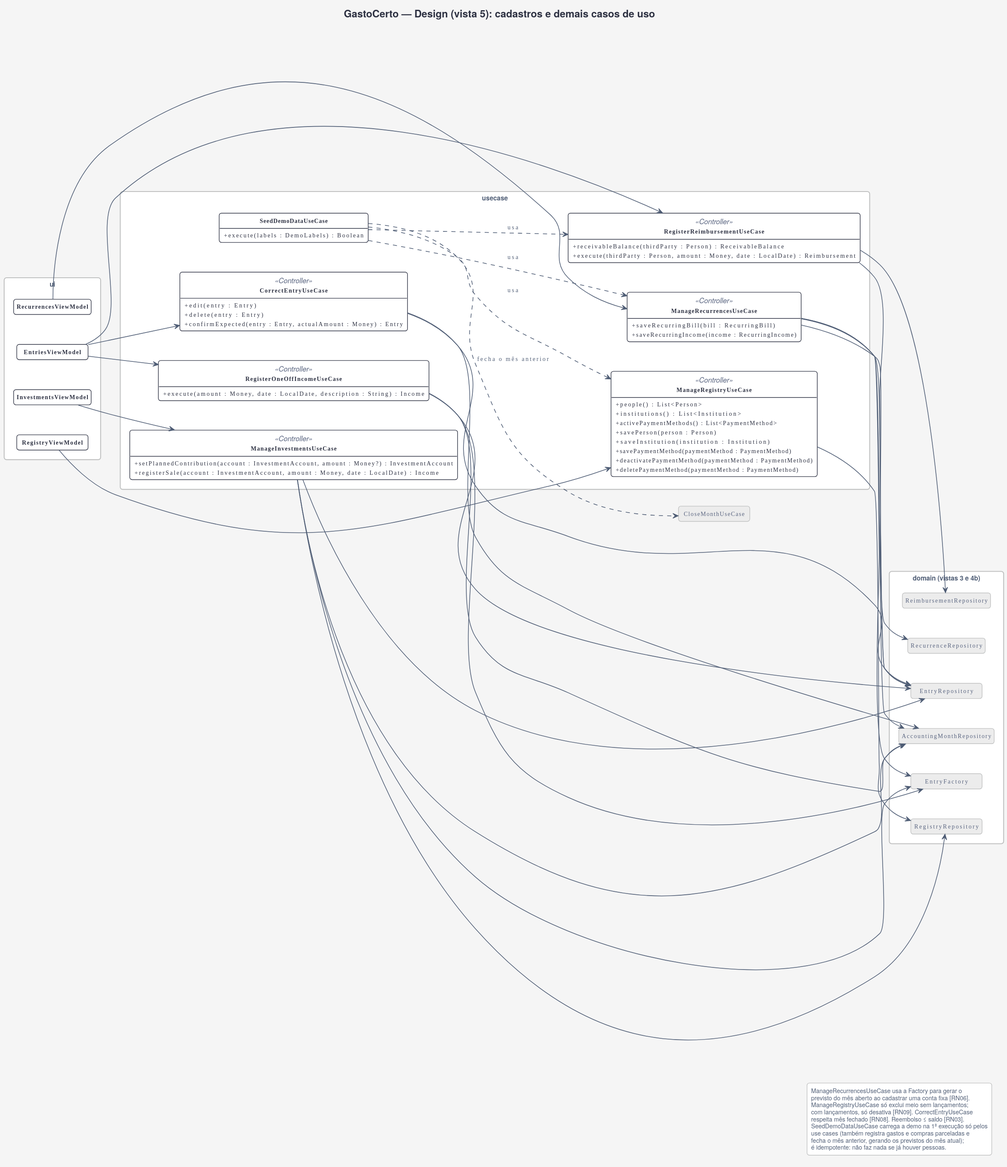
The PlantUML diagram docs/uml/design-5-cadastros.svg in gabrielfbarbosa/gasto-certo, before a commit.
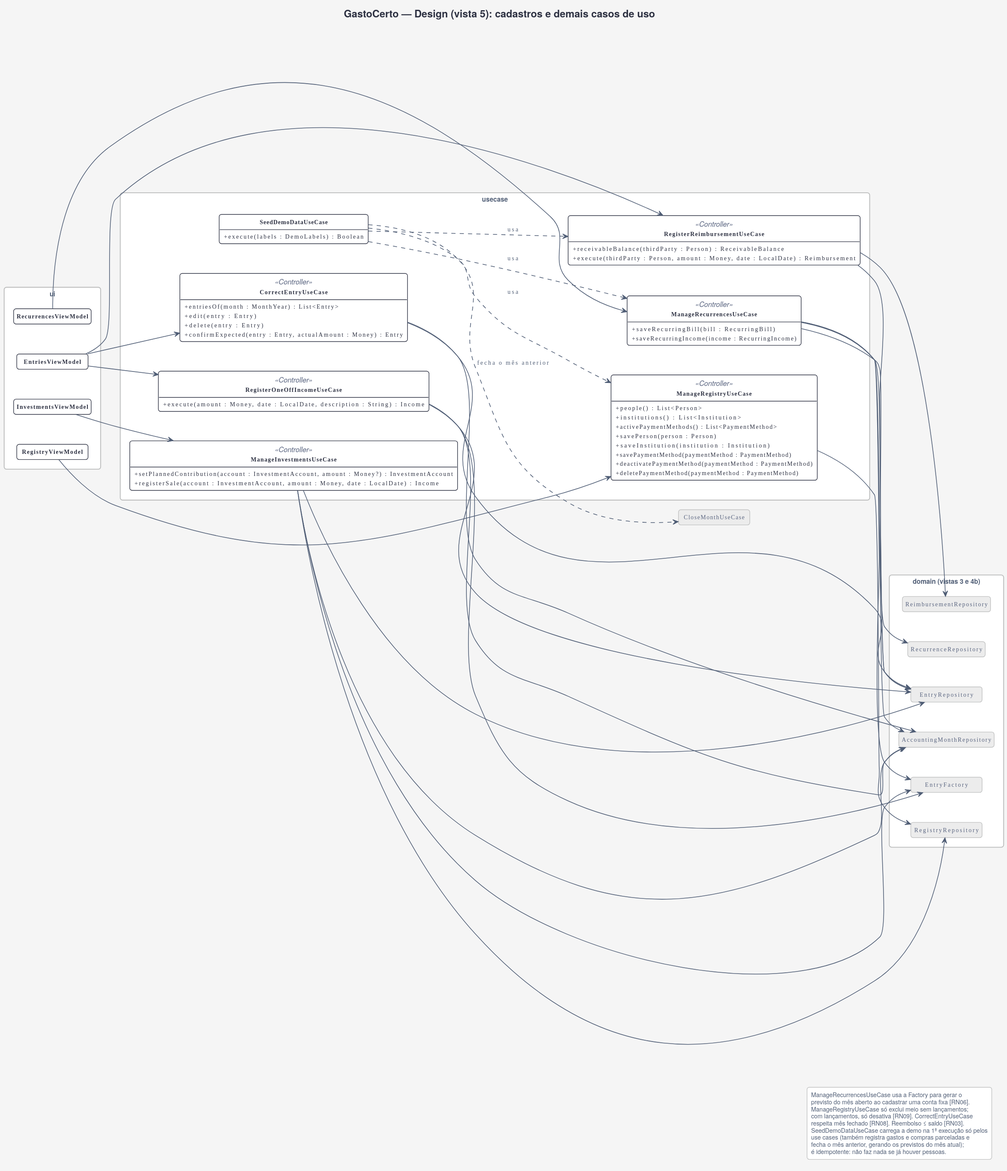
After the change.

What changed in the source:
```diff
@@ -37,6 +37,7 @@
     + execute(amount : Money, date : LocalDate, description : String) : Income
   }
   class CorrectEntryUseCase <<Controller>> {
+    + entriesOf(month : MonthYear) : List<Entry>
     + edit(entry : Entry)
     + delete(entry : Entry)
     + confirmExpected(entry : Entry, actualAmount : Money) : Entry
```
